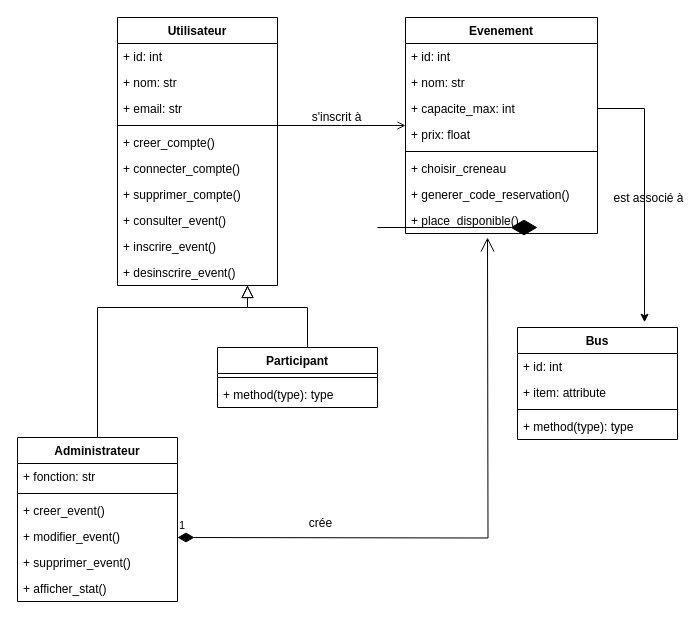
khalidjerrari/ENSAI-Projet-info-2A keeps this draw.io diagram as doc/diagramme_classe.drawio. Above is the earlier version. Source tidied: cells renumbered, new cells numbered last; positions are measured from the earlier drawing's top-left corner, leaving out a move shared by most shapes. Both pictures are drawn from the tidied source at 100%, with x=0, y=0 at pixel (17, 17).
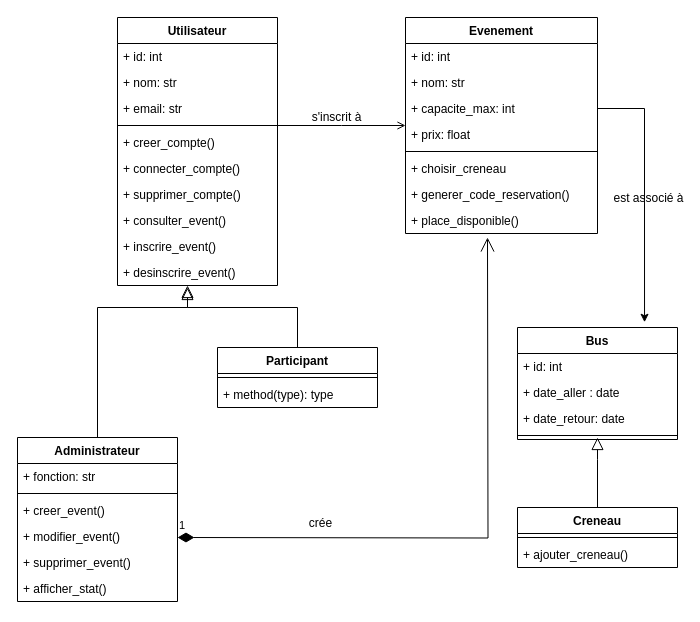
The same page after the edit.

Commit message (it also covers changes not shown here):
Mettre à jour diagramme_classe.drawio

The change refers to these unchanged cells:
```xml
<mxCell id="2" value="Utilisateur" style="swimlane;fontStyle=1;align=center;verticalAlign=top;horizontal=1;startSize=26;rounded=0;shadow=0;strokeWidth=1;" parent="1" vertex="1">
  <mxGeometry x="100" width="160" height="268" as="geometry" />
</mxCell>
<mxCell id="13" value="Administrateur" style="swimlane;fontStyle=1;align=center;verticalAlign=top;horizontal=1;startSize=26;rounded=0;shadow=0;strokeWidth=1;" parent="1" vertex="1">
  <mxGeometry y="420" width="160" height="164" as="geometry" />
</mxCell>
<mxCell id="33" value="Participant" style="swimlane;fontStyle=1;align=center;verticalAlign=top;horizontal=1;startSize=26;whiteSpace=wrap;html=1;" parent="1" vertex="1">
  <mxGeometry x="200" y="330" width="160" height="60" as="geometry" />
</mxCell>
<mxCell id="38" value="Bus" style="swimlane;fontStyle=1;align=center;verticalAlign=top;horizontal=1;startSize=26;whiteSpace=wrap;html=1;" parent="1" vertex="1">
  <mxGeometry x="500" y="310" width="160" height="112" as="geometry" />
</mxCell>
```

Change to the diagram source:
```diff
@@
-    <mxCell id="20" style="endArrow=block;endSize=10;endFill=0;shadow=0;strokeWidth=1;rounded=0;curved=0;edgeStyle=elbowEdgeStyle;elbow=vertical;exitX=0.5;exitY=0;exitDx=0;exitDy=0;" parent="1" edge="1" source="13" target="2">
+    <mxCell id="20" style="endArrow=block;endSize=10;endFill=0;shadow=0;strokeWidth=1;rounded=0;curved=0;edgeStyle=elbowEdgeStyle;elbow=vertical;exitX=0.5;exitY=0;exitDx=0;exitDy=0;" parent="1" edge="1" source="13">
       <mxGeometry relative="1" as="geometry">
+        <mxPoint x="170" y="270" as="targetPoint" />
         <Array as="points">
           <mxPoint x="230" y="290" />
         </Array>
       </mxGeometry>
     </mxCell>
-    <mxCell id="21" style="endArrow=block;endSize=10;endFill=0;shadow=0;strokeWidth=1;rounded=0;curved=0;edgeStyle=elbowEdgeStyle;elbow=vertical;" parent="1" edge="1" target="2">
+    <mxCell id="21" style="endArrow=block;endSize=10;endFill=0;shadow=0;strokeWidth=1;rounded=0;curved=0;edgeStyle=elbowEdgeStyle;elbow=vertical;" parent="1" edge="1" source="33">
       <mxGeometry relative="1" as="geometry">
-        <mxPoint x="290" y="330" as="sourcePoint" />
+        <mxPoint x="170" y="268" as="targetPoint" />
         <Array as="points">
-          <mxPoint x="230" y="290" />
+          <mxPoint x="170" y="290" />
         </Array>
       </mxGeometry>
     </mxCell>
@@
-    <mxCell id="40" value="+ item: attribute" style="text;strokeColor=none;fillColor=none;align=left;verticalAlign=top;spacingLeft=4;spacingRight=4;overflow=hidden;whiteSpace=wrap;html=1;" parent="38" vertex="1">
+    <mxCell id="40" value="+ date_aller : date" style="text;strokeColor=none;fillColor=none;align=left;verticalAlign=top;spacingLeft=4;spacingRight=4;overflow=hidden;whiteSpace=wrap;html=1;" parent="38" vertex="1">
       <mxGeometry y="52" width="160" height="26" as="geometry" />
     </mxCell>
+    <mxCell id="46" value="+ date_retour: date" style="text;strokeColor=none;fillColor=none;align=left;verticalAlign=top;spacingLeft=4;spacingRight=4;overflow=hidden;whiteSpace=wrap;html=1;" parent="38" vertex="1">
+      <mxGeometry y="78" width="160" height="26" as="geometry" />
+    </mxCell>
     <mxCell id="41" style="line;strokeWidth=1;fillColor=none;align=left;verticalAlign=middle;spacingTop=-1;spacingLeft=3;spacingRight=3;labelPosition=right;strokeColor=inherit;" parent="38" vertex="1">
-      <mxGeometry y="78" width="160" height="8" as="geometry" />
+      <mxGeometry y="104" width="160" height="8" as="geometry" />
     </mxCell>
-    <mxCell id="42" value="+ method(type): type" style="text;strokeColor=none;fillColor=none;align=left;verticalAlign=top;spacingLeft=4;spacingRight=4;overflow=hidden;whiteSpace=wrap;html=1;" parent="38" vertex="1">
-      <mxGeometry y="86" width="160" height="26" as="geometry" />
-    </mxCell>
-    <mxCell id="43" style="endArrow=diamondThin;endFill=1;endSize=24;html=1;rounded=0;" parent="1" edge="1">
-      <mxGeometry relative="1" as="geometry">
-        <mxPoint x="360" y="210" as="sourcePoint" />
-        <mxPoint x="520" y="210" as="targetPoint" />
-      </mxGeometry>
-    </mxCell>
@@
+    <mxCell id="47" value="Creneau" style="swimlane;fontStyle=1;align=center;verticalAlign=top;horizontal=1;startSize=26;whiteSpace=wrap;html=1;" parent="1" vertex="1">
+      <mxGeometry x="500" y="490" width="160" height="60" as="geometry" />
+    </mxCell>
+    <mxCell id="48" style="line;strokeWidth=1;fillColor=none;align=left;verticalAlign=middle;spacingTop=-1;spacingLeft=3;spacingRight=3;labelPosition=right;strokeColor=inherit;" parent="47" vertex="1">
+      <mxGeometry y="26" width="160" height="8" as="geometry" />
+    </mxCell>
+    <mxCell id="49" value="+ ajouter_creneau()" style="text;strokeColor=none;fillColor=none;align=left;verticalAlign=top;spacingLeft=4;spacingRight=4;overflow=hidden;whiteSpace=wrap;html=1;" parent="47" vertex="1">
+      <mxGeometry y="34" width="160" height="26" as="geometry" />
+    </mxCell>
+    <mxCell id="50" style="endArrow=block;endSize=10;endFill=0;shadow=0;strokeWidth=1;rounded=0;curved=0;edgeStyle=elbowEdgeStyle;elbow=vertical;exitX=0.5;exitY=0;exitDx=0;exitDy=0;" parent="1" edge="1" source="47">
+      <mxGeometry relative="1" as="geometry">
+        <mxPoint x="580" y="420" as="targetPoint" />
+        <Array as="points">
+          <mxPoint x="580" y="442" />
+        </Array>
+      </mxGeometry>
+    </mxCell>
```
